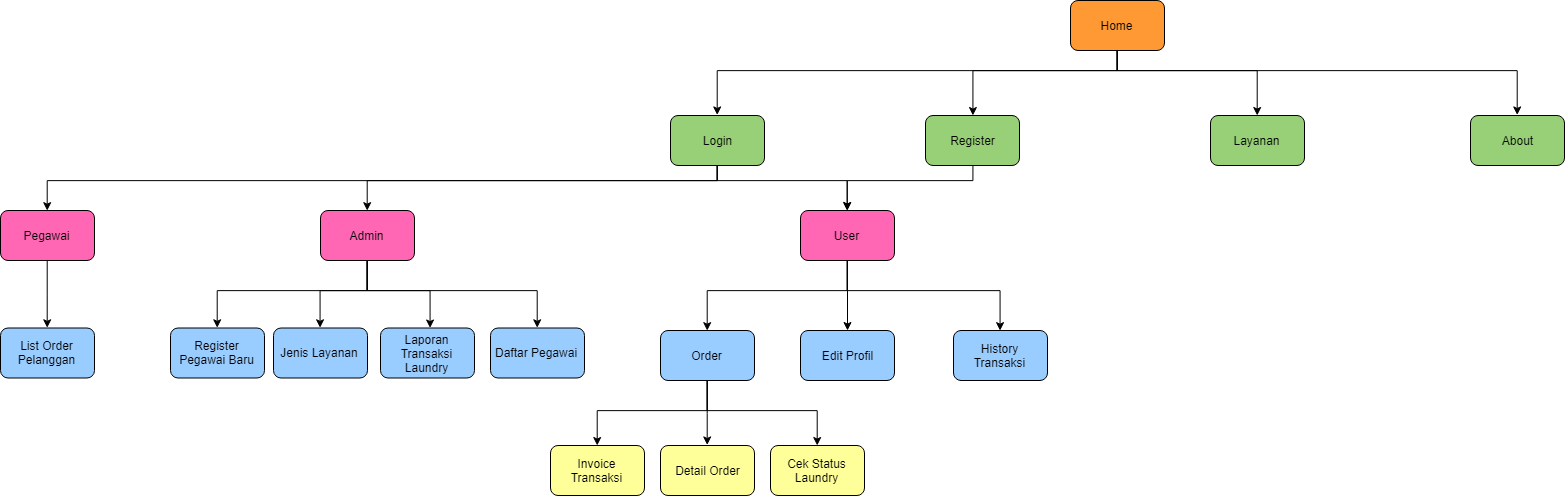
rizvisfbrina/PBKK-FP keeps this draw.io diagram as Sitemap.png. Above is the earlier version. Source tidied: cells renumbered, new cells last; positions are measured from the earlier drawing's top-left corner, leaving out a move shared by most shapes. The source it was exported from:
```xml
<mxGraphModel>
  <root>
    <mxCell id="0" />
    <mxCell id="1" parent="0" />
    <mxCell id="2" style="edgeStyle=orthogonalEdgeStyle;rounded=0;jettySize=auto;html=1;entryX=0.5;entryY=0;entryDx=0;entryDy=0;" parent="1" edge="1" source="6" target="10">
      <mxGeometry relative="1" as="geometry">
        <Array as="points">
          <mxPoint x="1117" y="70" />
          <mxPoint x="717" y="70" />
        </Array>
      </mxGeometry>
    </mxCell>
    <mxCell id="3" style="edgeStyle=orthogonalEdgeStyle;rounded=0;jettySize=auto;html=1;" parent="1" edge="1" source="6" target="14">
      <mxGeometry relative="1" as="geometry">
        <Array as="points">
          <mxPoint x="1117" y="70" />
          <mxPoint x="972" y="70" />
        </Array>
      </mxGeometry>
    </mxCell>
    <mxCell id="4" style="edgeStyle=orthogonalEdgeStyle;rounded=0;jettySize=auto;html=1;" parent="1" edge="1" source="6" target="11">
      <mxGeometry relative="1" as="geometry">
        <Array as="points">
          <mxPoint x="1117" y="70" />
          <mxPoint x="1257" y="70" />
        </Array>
      </mxGeometry>
    </mxCell>
    <mxCell id="5" style="edgeStyle=orthogonalEdgeStyle;rounded=0;jettySize=auto;html=1;entryX=0.5;entryY=0;entryDx=0;entryDy=0;" parent="1" edge="1" source="6" target="12">
      <mxGeometry relative="1" as="geometry">
        <Array as="points">
          <mxPoint x="1117" y="70" />
          <mxPoint x="1517" y="70" />
        </Array>
      </mxGeometry>
    </mxCell>
    <mxCell id="6" value="Home&lt;br&gt;" style="rounded=1;whiteSpace=wrap;html=1;fillColor=#FF9933;" parent="1" vertex="1">
      <mxGeometry x="1070" width="94" height="50" as="geometry" />
    </mxCell>
    <mxCell id="7" style="edgeStyle=orthogonalEdgeStyle;rounded=0;jettySize=auto;html=1;" parent="1" edge="1" source="10" target="18">
      <mxGeometry relative="1" as="geometry">
        <Array as="points">
          <mxPoint x="717" y="180" />
          <mxPoint x="847" y="180" />
        </Array>
      </mxGeometry>
    </mxCell>
    <mxCell id="8" style="edgeStyle=orthogonalEdgeStyle;rounded=0;jettySize=auto;html=1;entryX=0.5;entryY=0;entryDx=0;entryDy=0;" parent="1" edge="1" source="10" target="32">
      <mxGeometry relative="1" as="geometry">
        <Array as="points">
          <mxPoint x="717" y="180" />
          <mxPoint x="367" y="180" />
        </Array>
      </mxGeometry>
    </mxCell>
    <mxCell id="9" style="edgeStyle=orthogonalEdgeStyle;rounded=0;jettySize=auto;html=1;entryX=0.5;entryY=0;entryDx=0;entryDy=0;" parent="1" edge="1" source="10" target="37">
      <mxGeometry relative="1" as="geometry">
        <Array as="points">
          <mxPoint x="717" y="180" />
          <mxPoint x="47" y="180" />
        </Array>
      </mxGeometry>
    </mxCell>
    <mxCell id="10" value="Login&lt;br&gt;" style="rounded=1;whiteSpace=wrap;html=1;fillColor=#97D077;" parent="1" vertex="1">
      <mxGeometry x="670" y="115" width="94" height="50" as="geometry" />
    </mxCell>
    <mxCell id="11" value="Layanan&lt;br&gt;" style="rounded=1;whiteSpace=wrap;html=1;fillColor=#97D077;" parent="1" vertex="1">
      <mxGeometry x="1210" y="115" width="94" height="50" as="geometry" />
    </mxCell>
    <mxCell id="12" value="About&lt;br&gt;" style="rounded=1;whiteSpace=wrap;html=1;fillColor=#97D077;" parent="1" vertex="1">
      <mxGeometry x="1470" y="115" width="94" height="50" as="geometry" />
    </mxCell>
    <mxCell id="13" style="edgeStyle=orthogonalEdgeStyle;rounded=0;jettySize=auto;html=1;entryX=0.5;entryY=0;entryDx=0;entryDy=0;" parent="1" edge="1" source="14" target="18">
      <mxGeometry relative="1" as="geometry">
        <Array as="points">
          <mxPoint x="972" y="180" />
          <mxPoint x="847" y="180" />
        </Array>
      </mxGeometry>
    </mxCell>
    <mxCell id="14" value="Register&lt;br&gt;" style="rounded=1;whiteSpace=wrap;html=1;fillColor=#97D077;" parent="1" vertex="1">
      <mxGeometry x="925" y="115" width="94" height="50" as="geometry" />
    </mxCell>
    <mxCell id="15" style="edgeStyle=orthogonalEdgeStyle;rounded=0;jettySize=auto;html=1;entryX=0.5;entryY=0;entryDx=0;entryDy=0;" parent="1" edge="1" source="18" target="23">
      <mxGeometry relative="1" as="geometry">
        <Array as="points">
          <mxPoint x="847" y="290" />
          <mxPoint x="707" y="290" />
        </Array>
      </mxGeometry>
    </mxCell>
    <mxCell id="16" style="edgeStyle=orthogonalEdgeStyle;rounded=0;jettySize=auto;html=1;" parent="1" edge="1" source="18" target="25">
      <mxGeometry relative="1" as="geometry" />
    </mxCell>
    <mxCell id="17" style="edgeStyle=orthogonalEdgeStyle;rounded=0;jettySize=auto;html=1;entryX=0.5;entryY=0;entryDx=0;entryDy=0;" parent="1" edge="1" source="18" target="26">
      <mxGeometry relative="1" as="geometry">
        <Array as="points">
          <mxPoint x="847" y="290" />
          <mxPoint x="1000" y="290" />
        </Array>
      </mxGeometry>
    </mxCell>
    <mxCell id="18" value="User&lt;br&gt;" style="rounded=1;whiteSpace=wrap;html=1;fillColor=#FF66B3;" parent="1" vertex="1">
      <mxGeometry x="800" y="210" width="94" height="50" as="geometry" />
    </mxCell>
    <mxCell id="19" value="Detail Order" style="rounded=1;whiteSpace=wrap;html=1;fillColor=#FFFF99;" parent="1" vertex="1">
      <mxGeometry x="660" y="445" width="94" height="50" as="geometry" />
    </mxCell>
    <mxCell id="20" style="edgeStyle=orthogonalEdgeStyle;rounded=0;jettySize=auto;html=1;entryX=0.5;entryY=0;entryDx=0;entryDy=0;" parent="1" edge="1" source="23" target="19">
      <mxGeometry relative="1" as="geometry" />
    </mxCell>
    <mxCell id="21" style="edgeStyle=orthogonalEdgeStyle;rounded=0;jettySize=auto;html=1;" parent="1" edge="1" source="23" target="24">
      <mxGeometry relative="1" as="geometry">
        <Array as="points">
          <mxPoint x="707" y="410" />
          <mxPoint x="597" y="410" />
        </Array>
      </mxGeometry>
    </mxCell>
    <mxCell id="22" style="edgeStyle=orthogonalEdgeStyle;rounded=0;jettySize=auto;html=1;" parent="1" edge="1" source="23" target="27">
      <mxGeometry relative="1" as="geometry">
        <Array as="points">
          <mxPoint x="707" y="410" />
          <mxPoint x="817" y="410" />
        </Array>
      </mxGeometry>
    </mxCell>
    <mxCell id="23" value="Order&lt;br&gt;" style="rounded=1;whiteSpace=wrap;html=1;fillColor=#99CCFF;" parent="1" vertex="1">
      <mxGeometry x="660" y="330" width="94" height="50" as="geometry" />
    </mxCell>
    <mxCell id="24" value="Invoice Transaksi&lt;br&gt;" style="rounded=1;whiteSpace=wrap;html=1;fillColor=#FFFF99;" parent="1" vertex="1">
      <mxGeometry x="550" y="445" width="94" height="50" as="geometry" />
    </mxCell>
    <mxCell id="25" value="Edit Profil&lt;br&gt;" style="rounded=1;whiteSpace=wrap;html=1;fillColor=#99CCFF;" parent="1" vertex="1">
      <mxGeometry x="800" y="330" width="94" height="50" as="geometry" />
    </mxCell>
    <mxCell id="26" value="History Transaksi&lt;br&gt;" style="rounded=1;whiteSpace=wrap;html=1;fillColor=#99CCFF;" parent="1" vertex="1">
      <mxGeometry x="953" y="330" width="94" height="50" as="geometry" />
    </mxCell>
    <mxCell id="27" value="Cek Status Laundry" style="rounded=1;whiteSpace=wrap;html=1;fillColor=#FFFF99;" parent="1" vertex="1">
      <mxGeometry x="770" y="445" width="94" height="50" as="geometry" />
    </mxCell>
    <mxCell id="28" style="edgeStyle=orthogonalEdgeStyle;rounded=0;jettySize=auto;html=1;entryX=0.5;entryY=0;entryDx=0;entryDy=0;" parent="1" edge="1" source="32" target="35">
      <mxGeometry relative="1" as="geometry">
        <Array as="points">
          <mxPoint x="367" y="290" />
          <mxPoint x="217" y="290" />
        </Array>
      </mxGeometry>
    </mxCell>
    <mxCell id="29" style="edgeStyle=orthogonalEdgeStyle;rounded=0;jettySize=auto;html=1;entryX=0.5;entryY=0;entryDx=0;entryDy=0;" parent="1" edge="1" source="32" target="34">
      <mxGeometry relative="1" as="geometry">
        <Array as="points">
          <mxPoint x="367" y="290" />
          <mxPoint x="320" y="290" />
        </Array>
      </mxGeometry>
    </mxCell>
    <mxCell id="30" style="edgeStyle=orthogonalEdgeStyle;rounded=0;jettySize=auto;html=1;" parent="1" edge="1" source="32" target="33">
      <mxGeometry relative="1" as="geometry">
        <Array as="points">
          <mxPoint x="367" y="290" />
          <mxPoint x="430" y="290" />
        </Array>
      </mxGeometry>
    </mxCell>
    <mxCell id="31" style="edgeStyle=orthogonalEdgeStyle;rounded=0;jettySize=auto;html=1;entryX=0.5;entryY=0;entryDx=0;entryDy=0;" parent="1" edge="1" source="32" target="39">
      <mxGeometry relative="1" as="geometry">
        <Array as="points">
          <mxPoint x="367" y="290" />
          <mxPoint x="537" y="290" />
        </Array>
      </mxGeometry>
    </mxCell>
    <mxCell id="32" value="Admin&lt;br&gt;" style="rounded=1;whiteSpace=wrap;html=1;fillColor=#FF66B3;" parent="1" vertex="1">
      <mxGeometry x="320" y="210" width="94" height="50" as="geometry" />
    </mxCell>
    <mxCell id="33" value="Laporan Transaksi Laundry&lt;br&gt;" style="rounded=1;whiteSpace=wrap;html=1;fillColor=#99CCFF;" parent="1" vertex="1">
      <mxGeometry x="380" y="327.5" width="94" height="50" as="geometry" />
    </mxCell>
    <mxCell id="34" value="Jenis Layanan&lt;br&gt;" style="rounded=1;whiteSpace=wrap;html=1;fillColor=#99CCFF;" parent="1" vertex="1">
      <mxGeometry x="273" y="327.5" width="94" height="50" as="geometry" />
    </mxCell>
    <mxCell id="35" value="Register Pegawai Baru" style="rounded=1;whiteSpace=wrap;html=1;fillColor=#99CCFF;" parent="1" vertex="1">
      <mxGeometry x="170" y="327.5" width="94" height="50" as="geometry" />
    </mxCell>
    <mxCell id="36" style="edgeStyle=orthogonalEdgeStyle;rounded=0;jettySize=auto;html=1;entryX=0.5;entryY=0;entryDx=0;entryDy=0;" parent="1" edge="1" source="37" target="38">
      <mxGeometry relative="1" as="geometry" />
    </mxCell>
    <mxCell id="37" value="Pegawai&lt;br&gt;" style="rounded=1;whiteSpace=wrap;html=1;fillColor=#FF66B3;" parent="1" vertex="1">
      <mxGeometry y="210" width="94" height="50" as="geometry" />
    </mxCell>
    <mxCell id="38" value="List Order Pelanggan" style="rounded=1;whiteSpace=wrap;html=1;fillColor=#99CCFF;" parent="1" vertex="1">
      <mxGeometry y="327.5" width="94" height="50" as="geometry" />
    </mxCell>
    <mxCell id="39" value="Daftar Pegawai&lt;br&gt;" style="rounded=1;whiteSpace=wrap;html=1;fillColor=#99CCFF;" parent="1" vertex="1">
      <mxGeometry x="490" y="327.5" width="94" height="50" as="geometry" />
    </mxCell>
  </root>
</mxGraphModel>
```
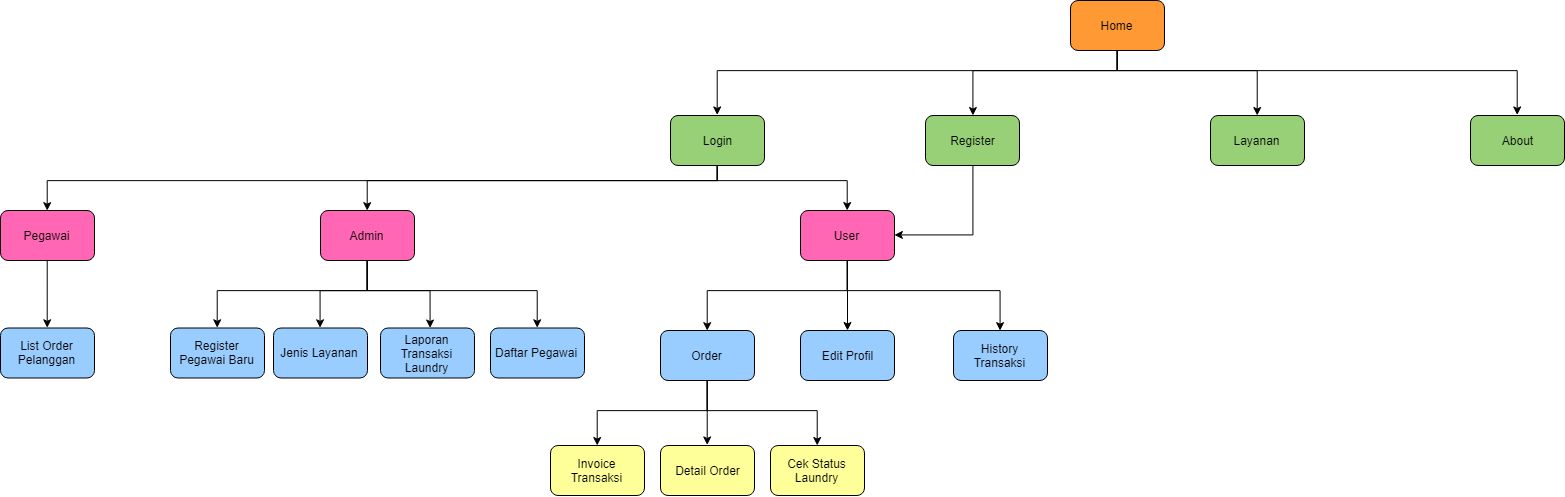
The same diagram one commit later.

Change to the diagram source:
```diff
@@ -70,11 +70,10 @@
     <mxCell id="12" value="About&lt;br&gt;" style="rounded=1;whiteSpace=wrap;html=1;fillColor=#97D077;" parent="1" vertex="1">
       <mxGeometry x="1470" y="115" width="94" height="50" as="geometry" />
     </mxCell>
-    <mxCell id="13" style="edgeStyle=orthogonalEdgeStyle;rounded=0;jettySize=auto;html=1;entryX=0.5;entryY=0;entryDx=0;entryDy=0;" parent="1" edge="1" source="14" target="18">
+    <mxCell id="13" style="edgeStyle=orthogonalEdgeStyle;rounded=0;jettySize=auto;html=1;entryX=1;entryY=0.5;entryDx=0;entryDy=0;" parent="1" edge="1" source="14" target="18">
       <mxGeometry relative="1" as="geometry">
         <Array as="points">
-          <mxPoint x="972" y="180" />
-          <mxPoint x="847" y="180" />
+          <mxPoint x="972" y="234" />
         </Array>
       </mxGeometry>
     </mxCell>
```
